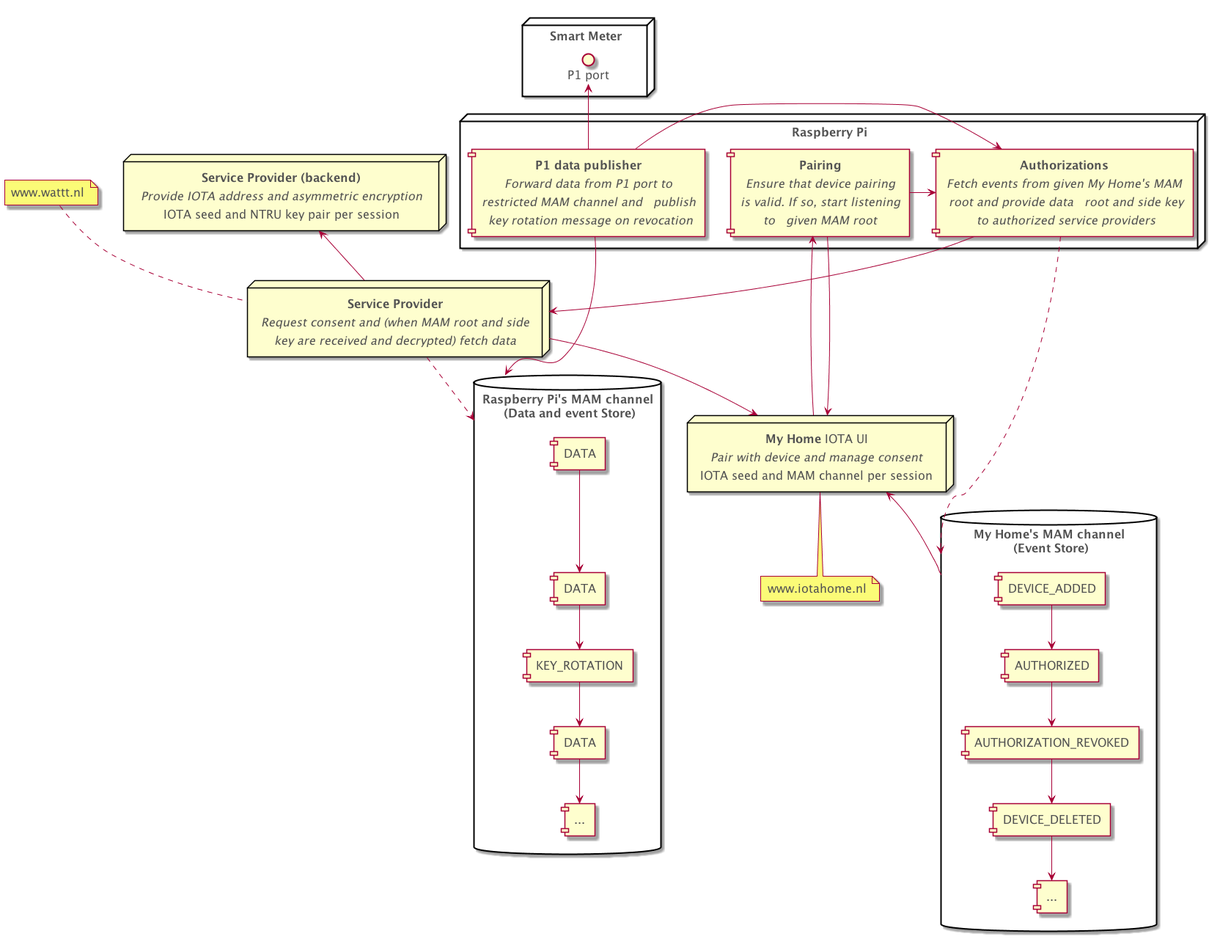
alliander-opensource/decentralized-auth keeps this PlantUML diagram as docs/assets/component-diagram.png. Above is the earlier version.
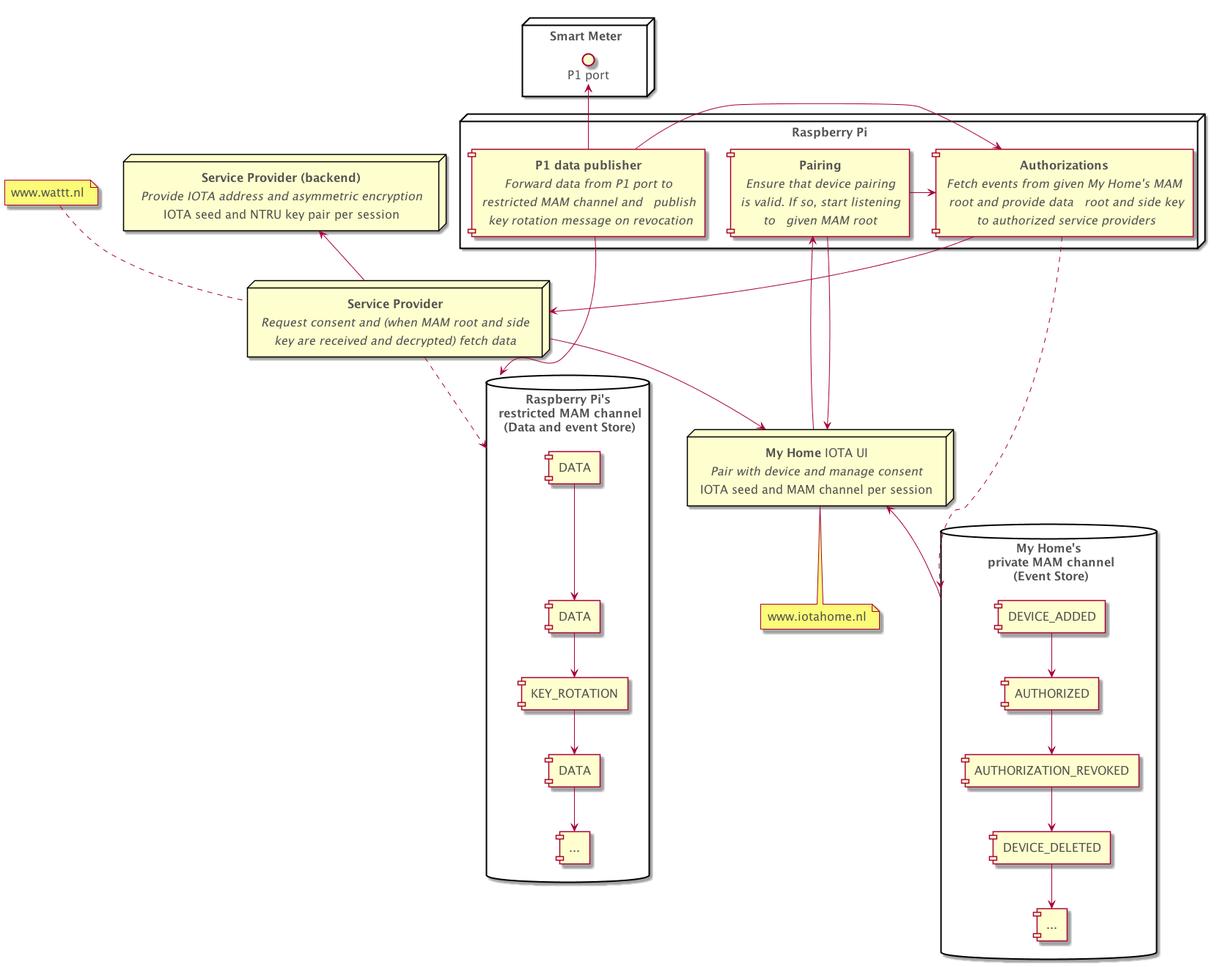
After the change.

Commit message:
doc: add info on type of MAM channel

Diff of the diagram source:
```diff
@@ -26,7 +26,7 @@
 node "**My Home** IOTA UI\n//Pair with device and manage consent//\n IOTA seed and MAM channel per session" as my_home
 note bottom of my_home : www.iotahome.nl
 
-database "**Raspberry Pi**'s MAM channel\n (Data and event Store)" as device_mam {
+database "**Raspberry Pi**'s\n restricted MAM channel\n (Data and event Store)" as device_mam {
   [...] as device_more
   [DATA] as data1
   [DATA] as data2
@@ -38,7 +38,7 @@
   data3 --> device_more
 }
 
-database "**My Home**'s MAM channel\n (Event Store)" as my_home_mam {
+database "**My Home**'s\n private MAM channel\n (Event Store)" as my_home_mam {
   [...] as my_home_more
   [DEVICE_ADDED] --> [AUTHORIZED]
   [AUTHORIZED] --> [AUTHORIZATION_REVOKED]
```
